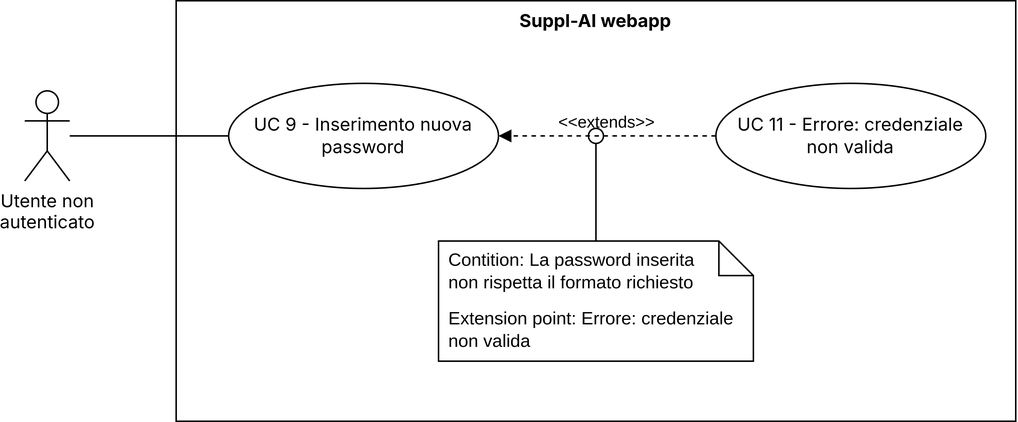
CodeHex16/documentazione keeps this draw.io diagram as 3 - PB/imgs/uc9.png. Above is the earlier version. Source tidied: cells renumbered, new cells last; positions are measured from the earlier drawing's top-left corner, leaving out a move shared by most shapes. Source of this version:
```xml
<mxGraphModel>
  <root>
    <mxCell id="0" />
    <mxCell id="1" parent="0" />
    <mxCell id="2" value="Utente non&lt;br&gt;autenticato" style="shape=umlActor;verticalLabelPosition=bottom;verticalAlign=top;html=1;outlineConnect=0;fontFamily=Inter;" parent="1" vertex="1">
      <mxGeometry y="60" width="30" height="60" as="geometry" />
    </mxCell>
    <mxCell id="3" value="Suppl-AI webapp" style="shape=rect;html=1;verticalAlign=top;fontStyle=1;whiteSpace=wrap;align=center;fontFamily=Inter;" parent="1" vertex="1">
      <mxGeometry x="101" width="560" height="280" as="geometry" />
    </mxCell>
    <mxCell id="4" value="UC 9 - Inserimento nuova password" style="ellipse;whiteSpace=wrap;html=1;fontFamily=Inter;" parent="1" vertex="1">
      <mxGeometry x="136" y="55" width="180" height="70" as="geometry" />
    </mxCell>
    <mxCell id="5" value="UC 11 - Errore: credenziale&lt;br&gt;non valida" style="ellipse;whiteSpace=wrap;html=1;fontFamily=Inter;" parent="1" vertex="1">
      <mxGeometry x="461" y="55" width="180" height="70" as="geometry" />
    </mxCell>
    <mxCell id="6" value="&amp;lt;&amp;lt;extends&amp;gt;&amp;gt;" style="html=1;verticalAlign=bottom;labelBackgroundColor=none;endArrow=block;endFill=1;dashed=1;rounded=0;" parent="1" edge="1" source="5" target="4">
      <mxGeometry relative="1" as="geometry" />
    </mxCell>
    <mxCell id="7" style="endArrow=none;html=1;rounded=0;" parent="1" edge="1" source="2" target="4">
      <mxGeometry relative="1" as="geometry" />
    </mxCell>
    <mxCell id="8" style="endArrow=oval;html=1;rounded=0;endFill=0;endSize=10;" parent="1" edge="1" source="9">
      <mxGeometry relative="1" as="geometry">
        <mxPoint x="381" y="90" as="targetPoint" />
      </mxGeometry>
    </mxCell>
    <mxCell id="9" value="&lt;div&gt;&lt;br&gt;&lt;/div&gt;Extension point: Errore: credenziale non valida" style="shape=note2;boundedLbl=1;whiteSpace=wrap;html=1;size=23;verticalAlign=top;align=left;spacingLeft=5;" parent="1" vertex="1">
      <mxGeometry x="276" y="160" width="210" height="80" as="geometry" />
    </mxCell>
    <mxCell id="10" value="&lt;span style=&quot;text-align: center;&quot;&gt;Contition: La password inserita&lt;/span&gt;&lt;br style=&quot;text-align: center;&quot;&gt;&lt;span style=&quot;text-align: center;&quot;&gt;non rispetta il formato richiesto&lt;/span&gt;" style="strokeColor=none;fillColor=none;align=left;spacingLeft=5;whiteSpace=wrap;html=1;" parent="9" vertex="1">
      <mxGeometry width="210" height="40" relative="1" as="geometry" />
    </mxCell>
    <mxCell id="11" style="edgeStyle=orthogonalEdgeStyle;rounded=0;orthogonalLoop=1;jettySize=auto;html=1;exitX=0.5;exitY=1;exitDx=0;exitDy=0;" parent="9" edge="1" source="10" target="10">
      <mxGeometry relative="1" as="geometry" />
    </mxCell>
  </root>
</mxGraphModel>
```
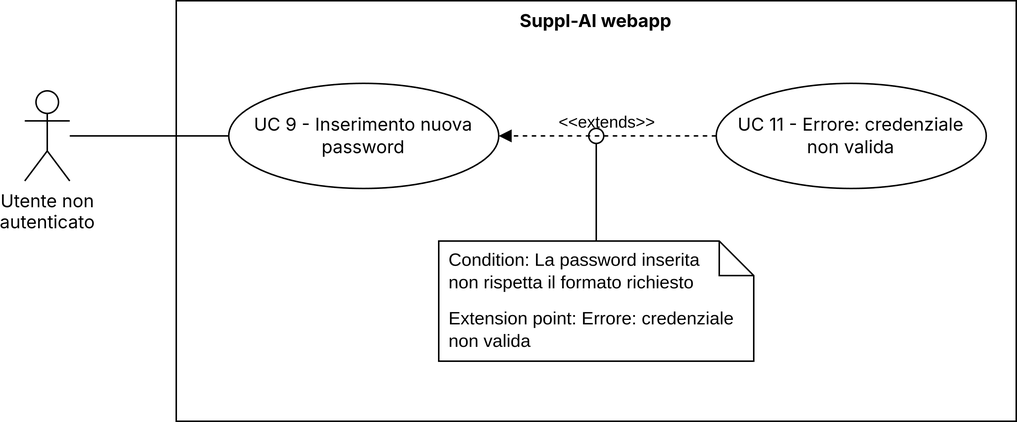
After the change.

The edit, as a diff of the source:
```diff
@@ -28,7 +28,7 @@
     <mxCell id="9" value="&lt;div&gt;&lt;br&gt;&lt;/div&gt;Extension point: Errore: credenziale non valida" style="shape=note2;boundedLbl=1;whiteSpace=wrap;html=1;size=23;verticalAlign=top;align=left;spacingLeft=5;" parent="1" vertex="1">
       <mxGeometry x="276" y="160" width="210" height="80" as="geometry" />
     </mxCell>
-    <mxCell id="10" value="&lt;span style=&quot;text-align: center;&quot;&gt;Contition: La password inserita&lt;/span&gt;&lt;br style=&quot;text-align: center;&quot;&gt;&lt;span style=&quot;text-align: center;&quot;&gt;non rispetta il formato richiesto&lt;/span&gt;" style="strokeColor=none;fillColor=none;align=left;spacingLeft=5;whiteSpace=wrap;html=1;" parent="9" vertex="1">
+    <mxCell id="10" value="&lt;span style=&quot;text-align: center;&quot;&gt;Condition&lt;/span&gt;&lt;span style=&quot;text-align: center;&quot;&gt;: La password inserita&lt;/span&gt;&lt;br style=&quot;text-align: center;&quot;&gt;&lt;span style=&quot;text-align: center;&quot;&gt;non rispetta il formato richiesto&lt;/span&gt;" style="strokeColor=none;fillColor=none;align=left;spacingLeft=5;whiteSpace=wrap;html=1;" parent="9" vertex="1">
       <mxGeometry width="210" height="40" relative="1" as="geometry" />
     </mxCell>
     <mxCell id="11" style="edgeStyle=orthogonalEdgeStyle;rounded=0;orthogonalLoop=1;jettySize=auto;html=1;exitX=0.5;exitY=1;exitDx=0;exitDy=0;" parent="9" edge="1" source="10" target="10">
```
